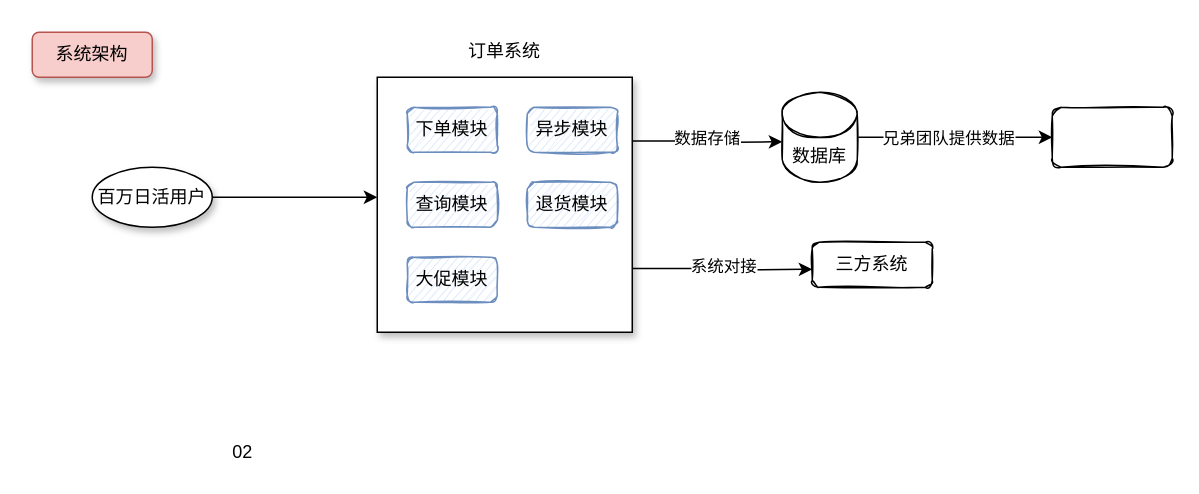
topyuluo/photo-project keeps this draw.io diagram as 消息中间件(mq)实战.drawio. Above is the earlier version. Source tidied: cells renumbered, new cells numbered last; positions are measured from the earlier drawing's top-left corner, leaving out a move shared by most shapes. Both pictures are drawn from the tidied source at 150%, with x=0, y=0 at pixel (32, 32).
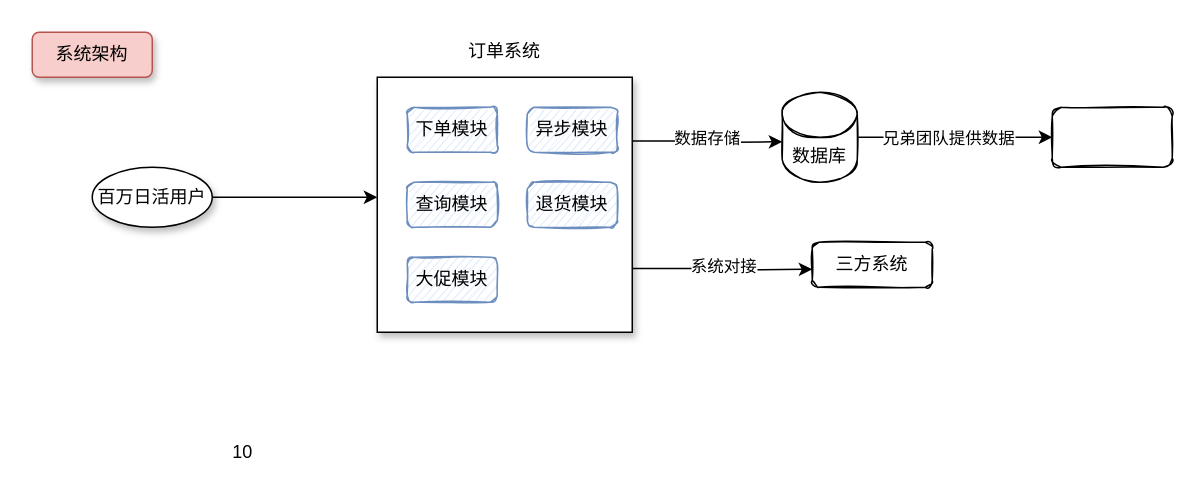
The same page after the edit.

Commit message:
更新消息中间件(mq)实战.drawio

Change to the diagram source:
```diff
@@
-    <mxCell id="21" value="02" style="text;html=1;align=center;verticalAlign=middle;strokeColor=none;" parent="1" vertex="1">
+    <mxCell id="21" value="10" style="text;html=1;align=center;verticalAlign=middle;strokeColor=none;" parent="1" vertex="1">
       <mxGeometry x="125" y="270" width="30" height="20" as="geometry" />
     </mxCell>
```
